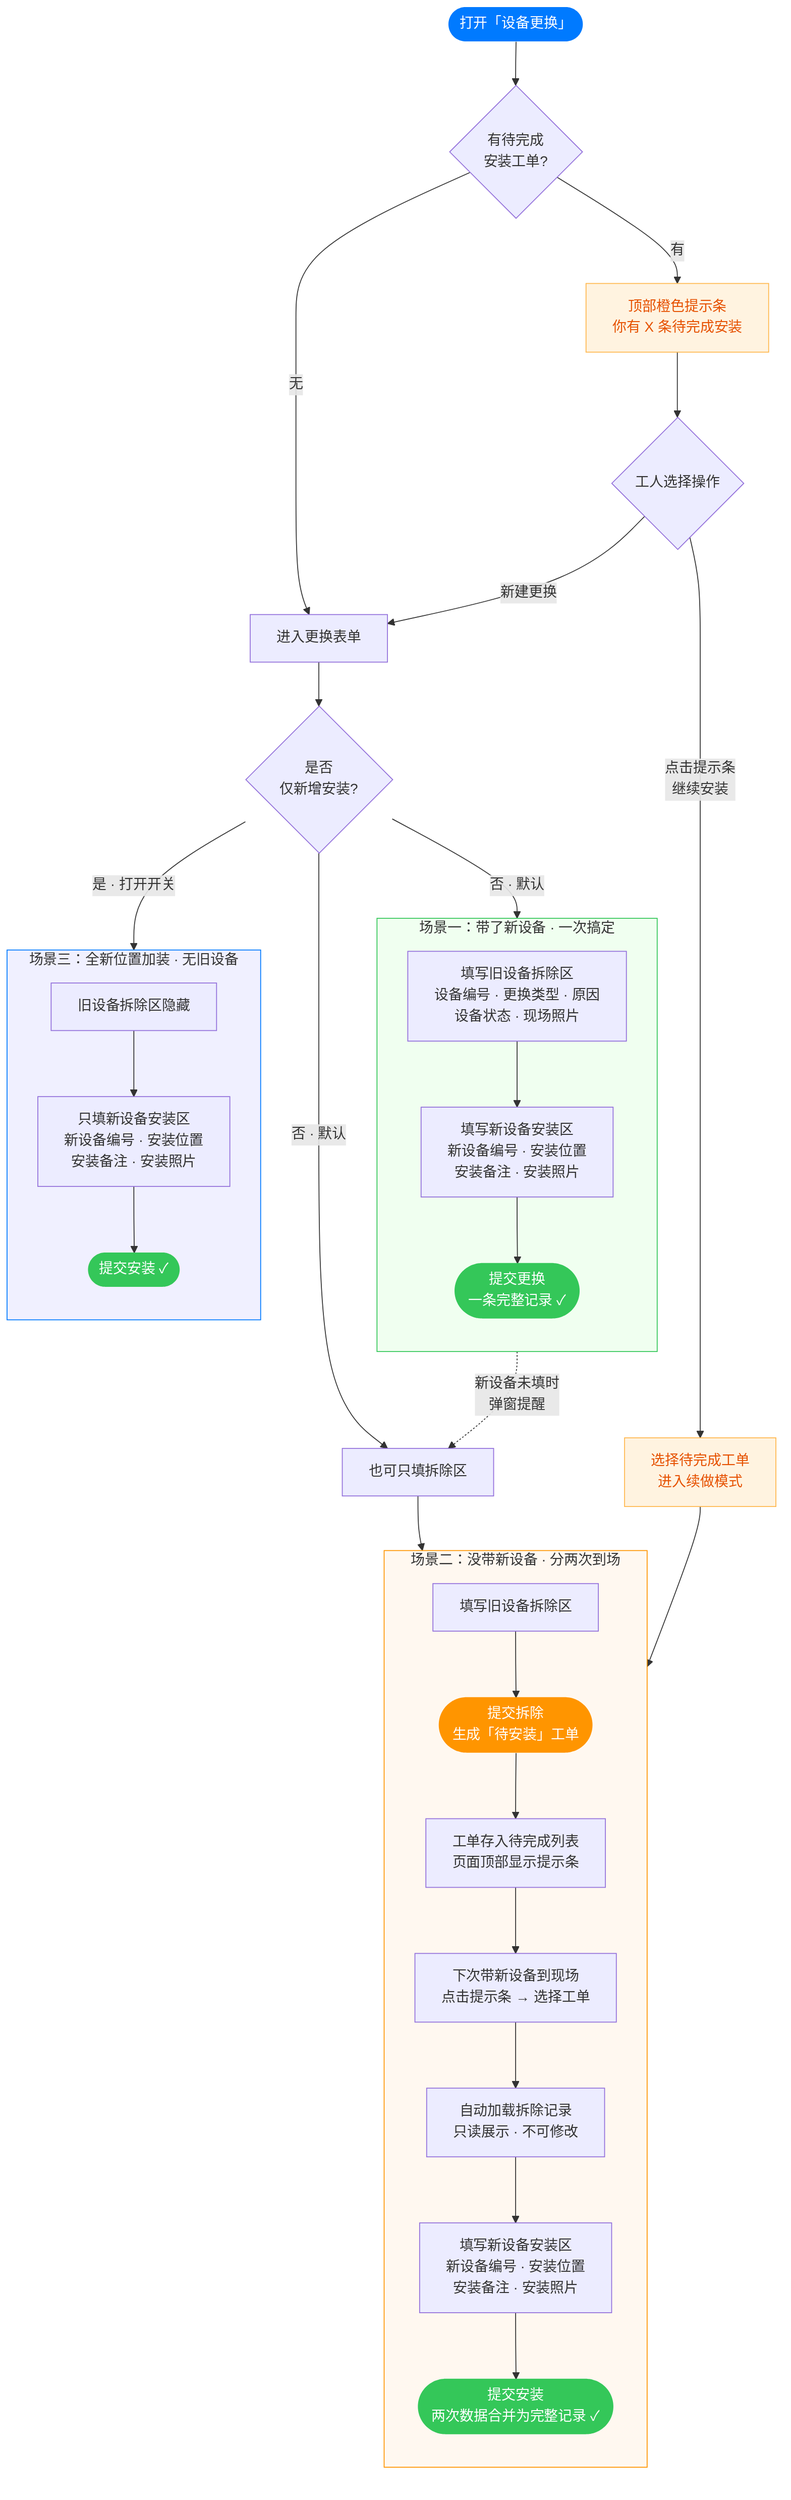
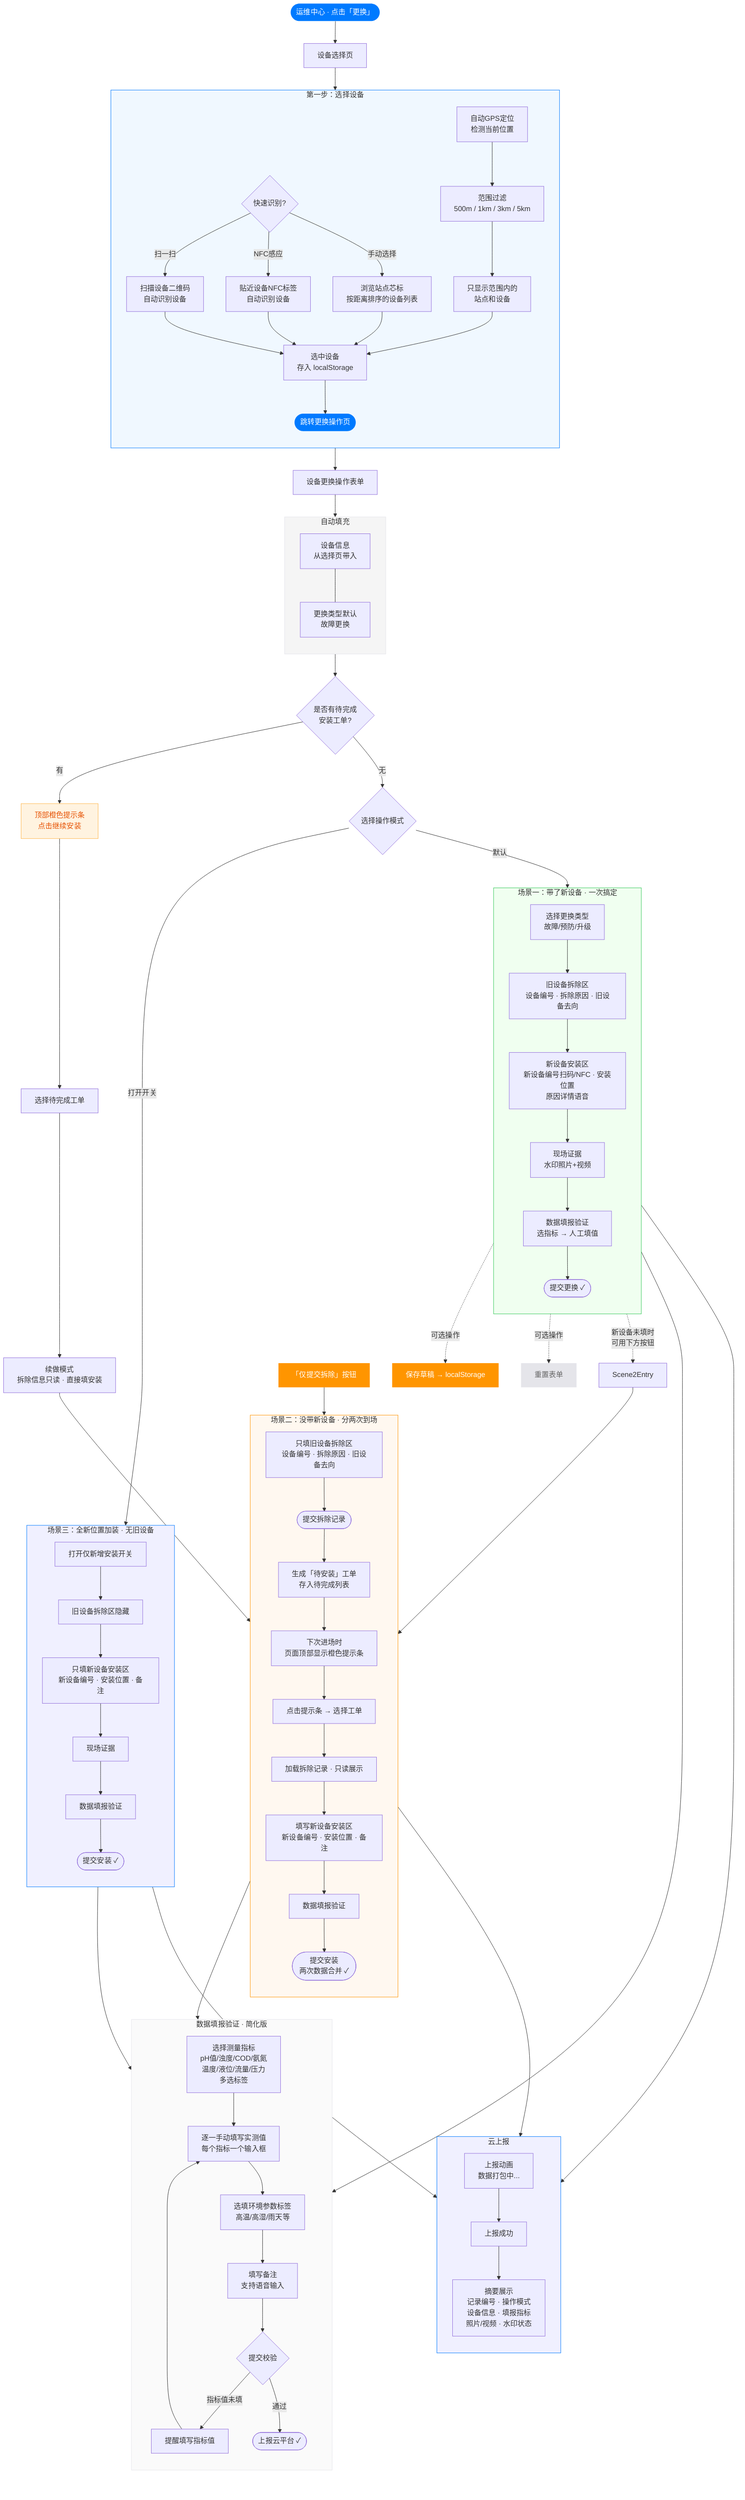
flowchart TD
-     Start([打开「设备更换」]) --> CheckPending{有待完成<br>安装工单?}
+     Start([运维中心 · 点击「更换」]) --> SelectPage[设备选择页]

-     CheckPending -->|有| Banner[顶部橙色提示条<br>你有 X 条待完成安装]
-     CheckPending -->|无| Page[进入更换表单]
+     %% ===== 第一步：设备选择 =====
+     subgraph DeviceSelect [第一步：选择设备]
+         direction TB
+         AutoGPS[自动GPS定位<br>检测当前位置] --> RadiusFilter[范围过滤<br>500m / 1km / 3km / 5km]
+         RadiusFilter --> NearbyList[只显示范围内的<br>站点和设备]

-     Banner --> Choice{工人选择操作}
-     Choice -->|点击提示条<br>继续安装| ResumeMode
-     Choice -->|新建更换| Page
+         QuickAction{快速识别?}
+         QuickAction -->|扫一扫| QRScan[扫描设备二维码<br>自动识别设备]
+         QuickAction -->|NFC感应| NFCTap[贴近设备NFC标签<br>自动识别设备]
+         QuickAction -->|手动选择| BrowseList[浏览站点芯标<br>按距离排序的设备列表]

-     Page --> ModeToggle{是否<br>仅新增安装?}
+         QRScan --> SelectDevice
+         NFCTap --> SelectDevice
+         BrowseList --> SelectDevice
+         NearbyList --> SelectDevice
+         SelectDevice[选中设备<br>存入 localStorage] --> NextPage([跳转更换操作页])
+     end

-     %% ===== 场景一：一次到场 =====
-     ModeToggle -->|否 · 默认| Scene1
+     SelectPage --> DeviceSelect
+ 
+     %% ===== 第二步：更换操作 =====
+     NextPage --> FormPage[设备更换操作表单]
+ 
+     subgraph AutoFill [自动填充]
+         direction TB
+         AutoDevice[设备信息<br>从选择页带入] --- AutoType[更换类型默认<br>故障更换]
+     end
+ 
+     FormPage --> AutoFill
+ 
+     AutoFill --> CheckPending{是否有待完成<br>安装工单?}
+ 
+     CheckPending -->|有| PendingBanner[顶部橙色提示条<br>点击继续安装]
+     CheckPending -->|无| ModeChoice{选择操作模式}
+ 
+     PendingBanner --> LoadOrder[选择待完成工单]
+     LoadOrder --> ResumeMode[续做模式<br>拆除信息只读 · 直接填安装]
+ 
+     ModeChoice -->|默认| Scene1
+     ModeChoice -->|打开开关| Scene3
+ 
+     %% ===== 场景一：一次搞定 =====
    subgraph Scene1 [场景一：带了新设备 · 一次搞定]
        direction TB
-         A1[填写旧设备拆除区<br>设备编号 · 更换类型 · 原因<br>设备状态 · 现场照片] --> A2[填写新设备安装区<br>新设备编号 · 安装位置<br>安装备注 · 安装照片]
-         A2 --> A3([提交更换<br>一条完整记录 ✓])
+         S1_Type[选择更换类型<br>故障/预防/升级] --> S1_Old[旧设备拆除区<br>设备编号 · 拆除原因 · 旧设备去向]
+         S1_Old --> S1_New[新设备安装区<br>新设备编号扫码/NFC · 安装位置<br>原因详情语音]
+         S1_New --> S1_Evidence[现场证据<br>水印照片+视频]
+         S1_Evidence --> S1_Report[数据填报验证<br>选指标 → 人工填值]
+         S1_Report --> S1_Submit([提交更换 ✓])
    end

-     Scene1 -.->|新设备未填时<br>弹窗提醒| Scene2Entry
+     %% ===== 场景二：分两次到场 =====
+     Scene1 -.->|新设备未填时<br>可用下方按钮| Scene2Entry
+     modeSwitch["「仅提交拆除」按钮"] --> Scene2

-     %% ===== 场景二：分两次 =====
-     ModeToggle -->|否 · 默认| Scene2Entry[也可只填拆除区]
    subgraph Scene2 [场景二：没带新设备 · 分两次到场]
        direction TB
-         B1[填写旧设备拆除区] --> B2([提交拆除<br>生成「待安装」工单])
-         B2 --> B3[工单存入待完成列表<br>页面顶部显示提示条]
-         B3 --> B4["下次带新设备到现场<br>点击提示条 → 选择工单"]
-         B4 --> B5[自动加载拆除记录<br>只读展示 · 不可修改]
-         B5 --> B6[填写新设备安装区<br>新设备编号 · 安装位置<br>安装备注 · 安装照片]
-         B6 --> B7([提交安装<br>两次数据合并为完整记录 ✓])
+         S2_Old[只填旧设备拆除区<br>设备编号 · 拆除原因 · 旧设备去向] --> S2_Submit([提交拆除记录])
+         S2_Submit --> S2_Pending[生成「待安装」工单<br>存入待完成列表]
+         S2_Pending --> S2_Banner[下次进场时<br>页面顶部显示橙色提示条]
+         S2_Banner --> S2_Load[点击提示条 → 选择工单]
+         S2_Load --> S2_Resume[加载拆除记录 · 只读展示]
+         S2_Resume --> S2_Install[填写新设备安装区<br>新设备编号 · 安装位置 · 备注]
+         S2_Install --> S2_Report[数据填报验证]
+         S2_Report --> S2_Done([提交安装<br>两次数据合并 ✓])
    end
-     Scene2Entry --> B1
+ 
+     Scene2Entry --> Scene2

    %% ===== 场景三：仅新增 =====
-     ModeToggle -->|是 · 打开开关| Scene3
    subgraph Scene3 [场景三：全新位置加装 · 无旧设备]
        direction TB
-         C0[旧设备拆除区隐藏] --> C1[只填新设备安装区<br>新设备编号 · 安装位置<br>安装备注 · 安装照片]
-         C1 --> C2([提交安装 ✓])
+         S3_Toggle[打开仅新增安装开关] --> S3_Hide[旧设备拆除区隐藏]
+         S3_Hide --> S3_Install[只填新设备安装区<br>新设备编号 · 安装位置 · 备注]
+         S3_Install --> S3_Evidence[现场证据]
+         S3_Evidence --> S3_Report[数据填报验证]
+         S3_Report --> S3_Submit([提交安装 ✓])
    end
+ 
+     ResumeMode --> S2_Install
+ 
+     %% ===== 数据填报验证（三种场景公用） =====
+     S1_Report --> ReportDetail
+     S2_Report --> ReportDetail
+     S3_Report --> ReportDetail
+ 
+     subgraph ReportDetail [数据填报验证 · 简化版]
+         direction TB
+         R1[选择测量指标<br>pH值/浊度/COD/氨氮<br>温度/液位/流量/压力<br>多选标签] --> R2[逐一手动填写实测值<br>每个指标一个输入框]
+         R2 --> R3[选填环境参数标签<br>高温/高湿/雨天等]
+         R3 --> R4[填写备注<br>支持语音输入]
+         R4 --> R5{提交校验}
+         R5 -->|指标值未填| R5_Err[提醒填写指标值]
+         R5 -->|通过| R6([上报云平台 ✓])
+         R5_Err --> R2
+     end
+ 
+     %% ===== 提交 =====
+     S1_Submit --> CloudUpload
+     S2_Done --> CloudUpload
+     S3_Submit --> CloudUpload
+ 
+     subgraph CloudUpload [云上报]
+         direction TB
+         UploadAnim[上报动画<br>数据打包中...] --> UploadDone[上报成功]
+         UploadDone --> Summary["摘要展示<br>记录编号 · 操作模式<br>设备信息 · 填报指标<br>照片/视频 · 水印状态"]
+     end
+ 
+     %% ===== 底部操作 =====
+     S1_Submit -.->|可选操作| SaveDraft[保存草稿 → localStorage]
+     S1_Submit -.->|可选操作| ResetForm[重置表单]

    %% ===== 样式 =====
    style Start fill:#007AFF,color:#fff,stroke:none
-     style A3 fill:#34C759,color:#fff,stroke:none
-     style B2 fill:#FF9500,color:#fff,stroke:none
-     style B7 fill:#34C759,color:#fff,stroke:none
-     style C2 fill:#34C759,color:#fff,stroke:none
-     style Banner fill:#FFF3E0,color:#E65100,stroke:#FFB74D
-     style ResumeMode fill:#FFF3E0,color:#E65100,stroke:#FFB74D
+     style NextPage fill:#007AFF,color:#fff,stroke:none
+     style DeviceSelect fill:#F0F8FF,stroke:#007AFF
+     style AutoFill fill:#F5F5F5,stroke:#E5E5EA
    style Scene1 fill:#F0FFF0,stroke:#34C759
    style Scene2 fill:#FFF8F0,stroke:#FF9500
    style Scene3 fill:#F0F0FF,stroke:#007AFF
- 
-     ResumeMode[选择待完成工单<br>进入续做模式]
-     ResumeMode --> B5
+     style ReportDetail fill:#FAFAFA,stroke:#E5E5EA
+     style CloudUpload fill:#F0F0FF,stroke:#007AFF
+     style PendingBanner fill:#FFF3E0,color:#E65100,stroke:#FFB74D
+     style SaveDraft fill:#FF9500,color:#fff,stroke:none
+     style ResetForm fill:#E5E5EA,color:#666,stroke:none
+     style modeSwitch fill:#FF9500,color:#fff,stroke:none
